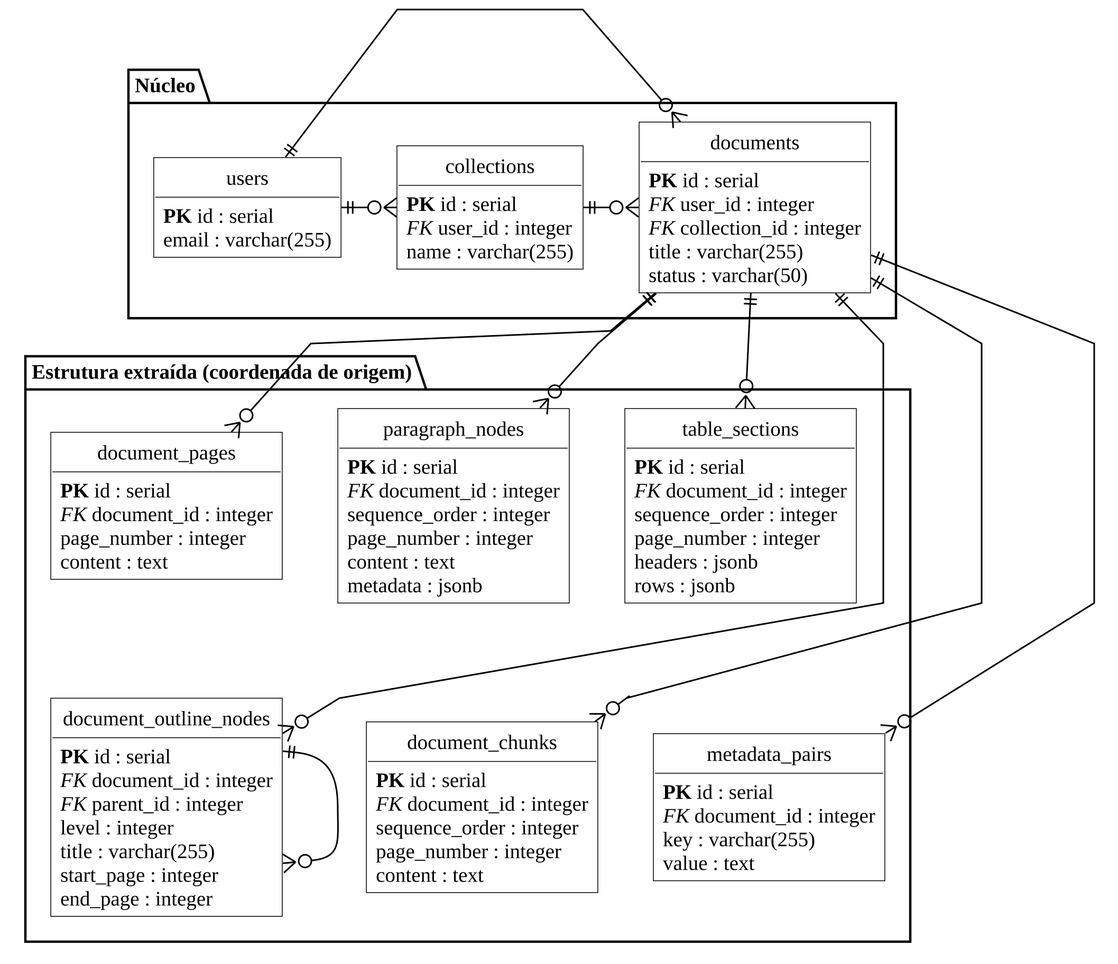
Earlier version of the PlantUML export docs/article/anexos/diagramas/esquema-proveniencia.png (EduardoMG12/ThingIndex). Its source is kept beside it as docs/article/anexos/diagramas/esquema-proveniencia.puml. Its diagram source:
```plantuml
@startuml
!include estilo.iuml
skinparam defaultFontSize 13
skinparam linetype polyline
hide circle
package "Núcleo" {
entity "users" as users {
  {field} <b>PK</b> id : serial
  {field} email : varchar(255)
}
entity "collections" as collections {
  {field} <b>PK</b> id : serial
  {field} <i>FK</i> user_id : integer
  {field} name : varchar(255)
}
entity "documents" as documents {
  {field} <b>PK</b> id : serial
  {field} <i>FK</i> user_id : integer
  {field} <i>FK</i> collection_id : integer
  {field} title : varchar(255)
  {field} status : varchar(50)
}
}
package "Estrutura extraída (coordenada de origem)" {
entity "document_pages" as document_pages {
  {field} <b>PK</b> id : serial
  {field} <i>FK</i> document_id : integer
  {field} page_number : integer
  {field} content : text
}
entity "paragraph_nodes" as paragraph_nodes {
  {field} <b>PK</b> id : serial
  {field} <i>FK</i> document_id : integer
  {field} sequence_order : integer
  {field} page_number : integer
  {field} content : text
  {field} metadata : jsonb
}
entity "table_sections" as table_sections {
  {field} <b>PK</b> id : serial
  {field} <i>FK</i> document_id : integer
  {field} sequence_order : integer
  {field} page_number : integer
  {field} headers : jsonb
  {field} rows : jsonb
}
entity "document_outline_nodes" as document_outline_nodes {
  {field} <b>PK</b> id : serial
  {field} <i>FK</i> document_id : integer
  {field} <i>FK</i> parent_id : integer
  {field} level : integer
  {field} title : varchar(255)
  {field} start_page : integer
  {field} end_page : integer
}
entity "document_chunks" as document_chunks {
  {field} <b>PK</b> id : serial
  {field} <i>FK</i> document_id : integer
  {field} sequence_order : integer
  {field} page_number : integer
  {field} content : text
}
entity "metadata_pairs" as metadata_pairs {
  {field} <b>PK</b> id : serial
  {field} <i>FK</i> document_id : integer
  {field} key : varchar(255)
  {field} value : text
}
}
users ||-right-o{ collections
documents ||--o{ document_chunks
documents ||--o{ document_outline_nodes
document_outline_nodes ||--o{ document_outline_nodes
documents ||--o{ document_pages
collections ||-right-o{ documents
users ||-right-o{ documents
documents ||--o{ metadata_pairs
documents ||--o{ paragraph_nodes
documents ||--o{ table_sections
document_pages -[hidden]down- document_outline_nodes
paragraph_nodes -[hidden]down- document_chunks
table_sections -[hidden]down- metadata_pairs
@enduml
```
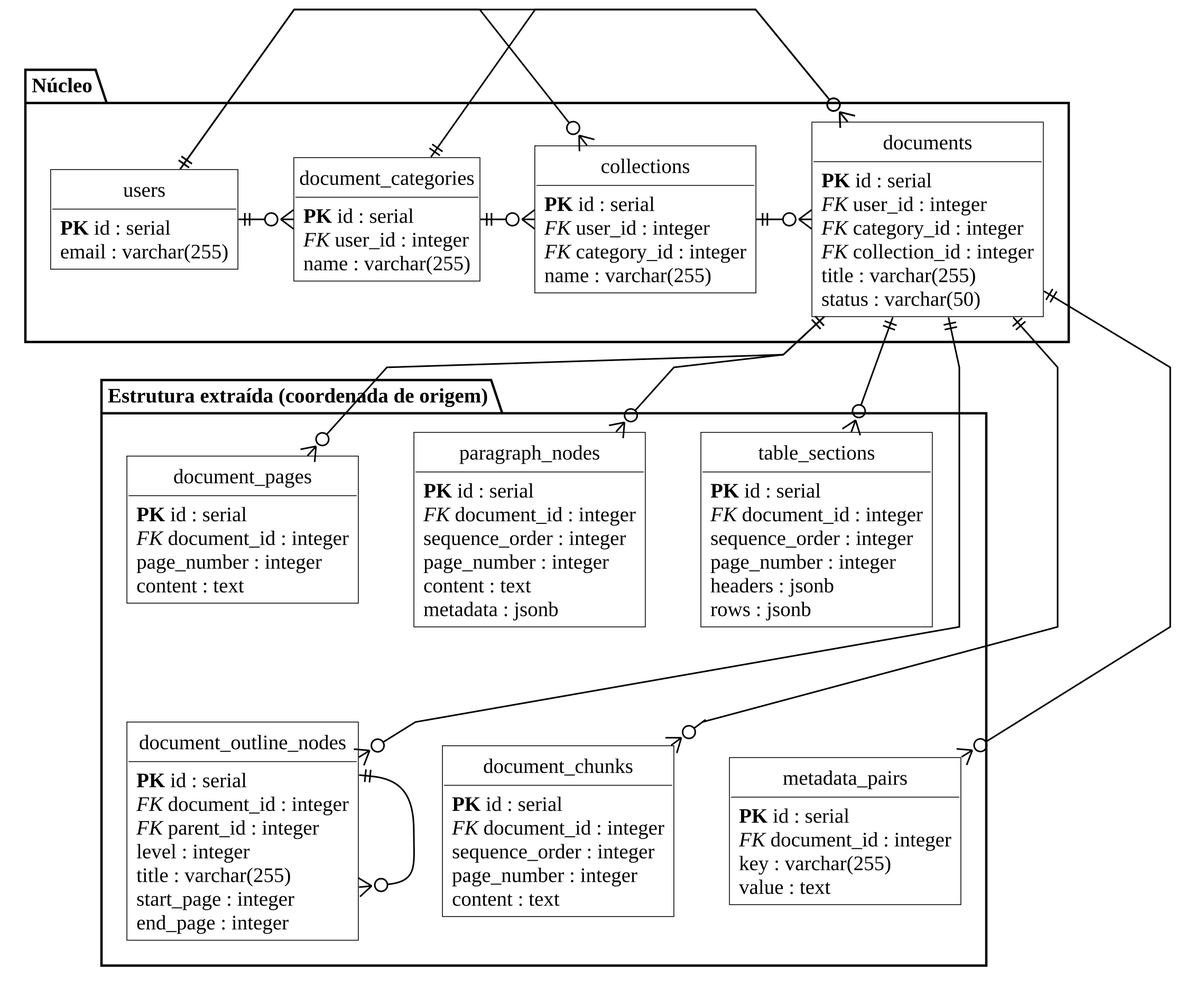
Above is the later version.

What changed in the source:
```diff
@@ -8,14 +8,21 @@
   {field} <b>PK</b> id : serial
   {field} email : varchar(255)
 }
+entity "document_categories" as document_categories {
+  {field} <b>PK</b> id : serial
+  {field} <i>FK</i> user_id : integer
+  {field} name : varchar(255)
+}
 entity "collections" as collections {
   {field} <b>PK</b> id : serial
   {field} <i>FK</i> user_id : integer
+  {field} <i>FK</i> category_id : integer
   {field} name : varchar(255)
 }
 entity "documents" as documents {
   {field} <b>PK</b> id : serial
   {field} <i>FK</i> user_id : integer
+  {field} <i>FK</i> category_id : integer
   {field} <i>FK</i> collection_id : integer
   {field} title : varchar(255)
   {field} status : varchar(50)
@@ -67,11 +74,14 @@
   {field} value : text
 }
 }
+document_categories ||-right-o{ collections
 users ||-right-o{ collections
+users ||-right-o{ document_categories
 documents ||--o{ document_chunks
 documents ||--o{ document_outline_nodes
 document_outline_nodes ||--o{ document_outline_nodes
 documents ||--o{ document_pages
+document_categories ||-right-o{ documents
 collections ||-right-o{ documents
 users ||-right-o{ documents
 documents ||--o{ metadata_pairs
```
